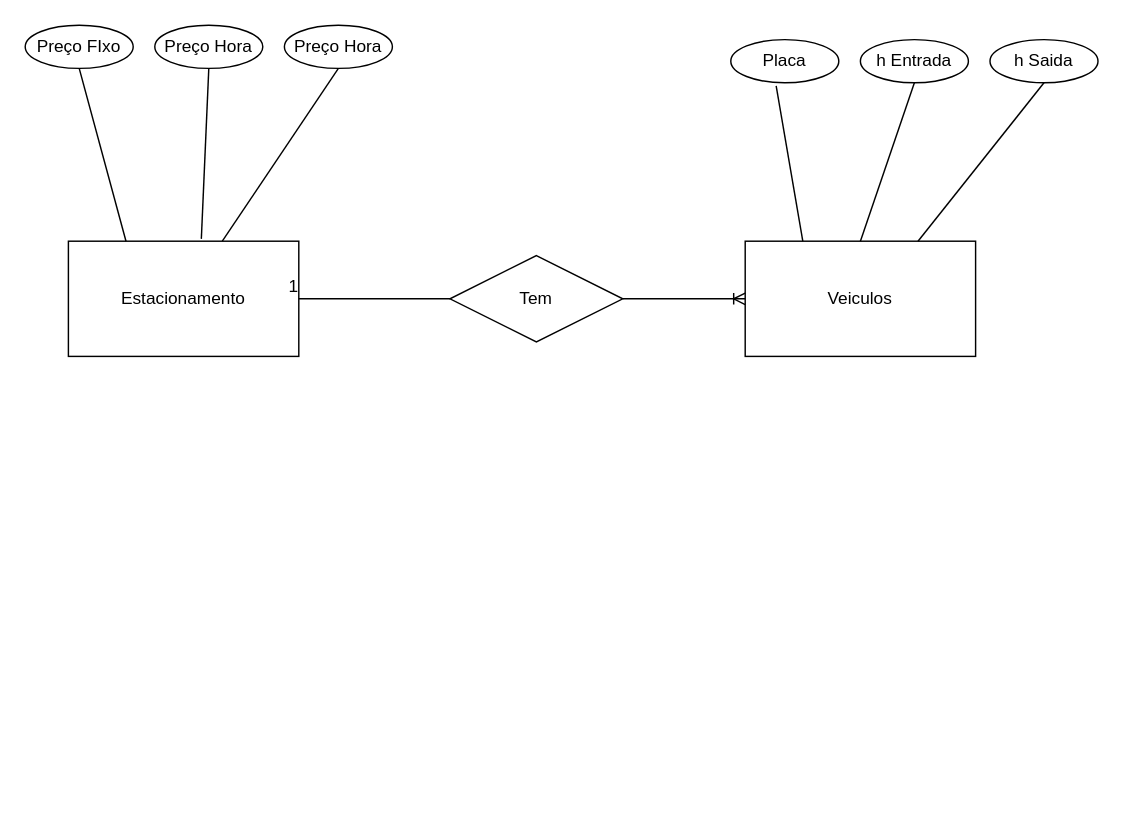
Above: Diagramas/DER.drawio in digitalinnovationone/trilha-net-fundamentos-desafio (draw.io), before the change. Source tidied: cells renumbered, new cells numbered last; positions are measured from the earlier drawing's top-left corner, leaving out a move shared by most shapes. Both pictures are drawn from the tidied source at 144%, with x=0, y=0 at pixel (24, 24).
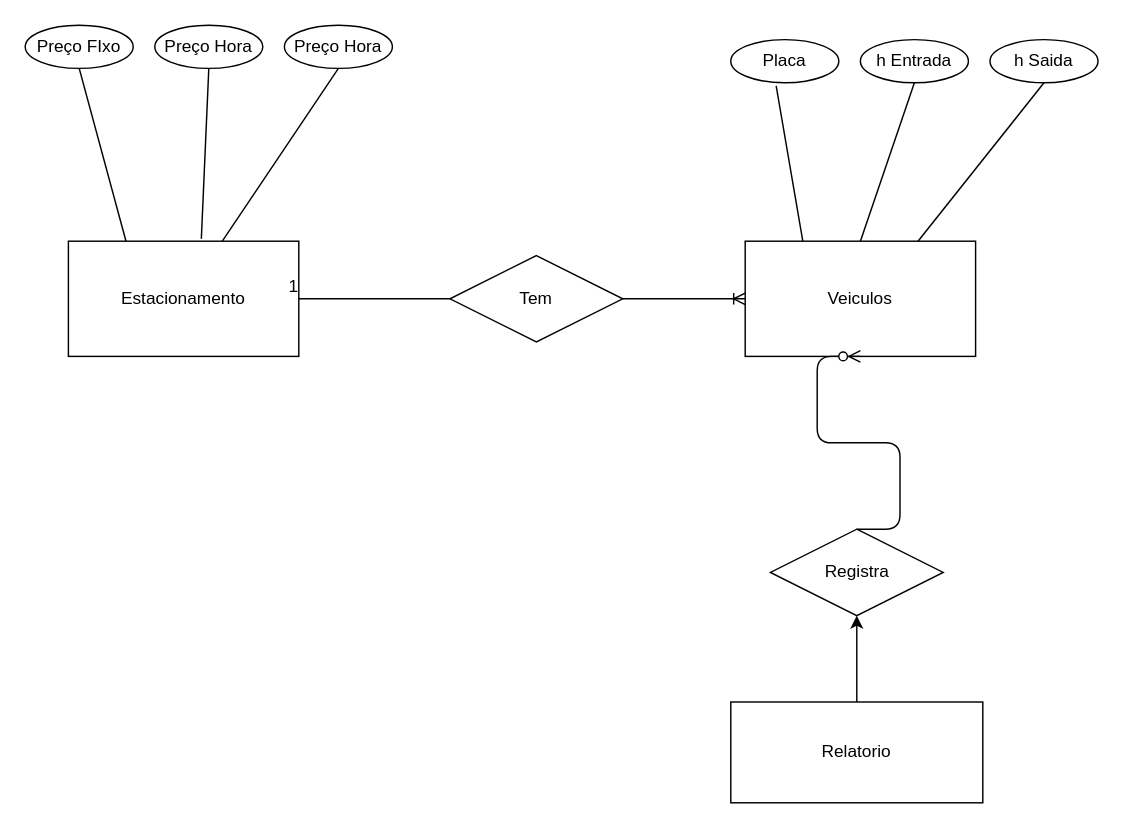
Above is the later version.

Unchanged cells that the change refers to:
```xml
<mxCell id="3" value="Veiculos" style="whiteSpace=wrap;html=1;align=center;" parent="1" vertex="1">
  <mxGeometry x="500" y="150" width="160" height="80" as="geometry" />
</mxCell>
```

Diff of the diagram source:
```diff
@@
+    <mxCell id="20" style="edgeStyle=none;html=1;" parent="1" edge="1" source="21" target="22">
+      <mxGeometry relative="1" as="geometry" />
+    </mxCell>
+    <mxCell id="21" value="Relatorio" style="whiteSpace=wrap;html=1;align=center;" parent="1" vertex="1">
+      <mxGeometry x="490" y="470" width="175" height="70" as="geometry" />
+    </mxCell>
+    <mxCell id="22" value="Registra" style="shape=rhombus;perimeter=rhombusPerimeter;whiteSpace=wrap;html=1;align=center;" parent="1" vertex="1">
+      <mxGeometry x="517.5" y="350" width="120" height="60" as="geometry" />
+    </mxCell>
+    <mxCell id="23" style="edgeStyle=entityRelationEdgeStyle;fontSize=12;html=1;endArrow=ERzeroToMany;endFill=1;entryX=0.5;entryY=1;entryDx=0;entryDy=0;exitX=0.5;exitY=0;exitDx=0;exitDy=0;" parent="1" edge="1" source="22" target="3">
+      <mxGeometry relative="1" as="geometry" />
+    </mxCell>
```
